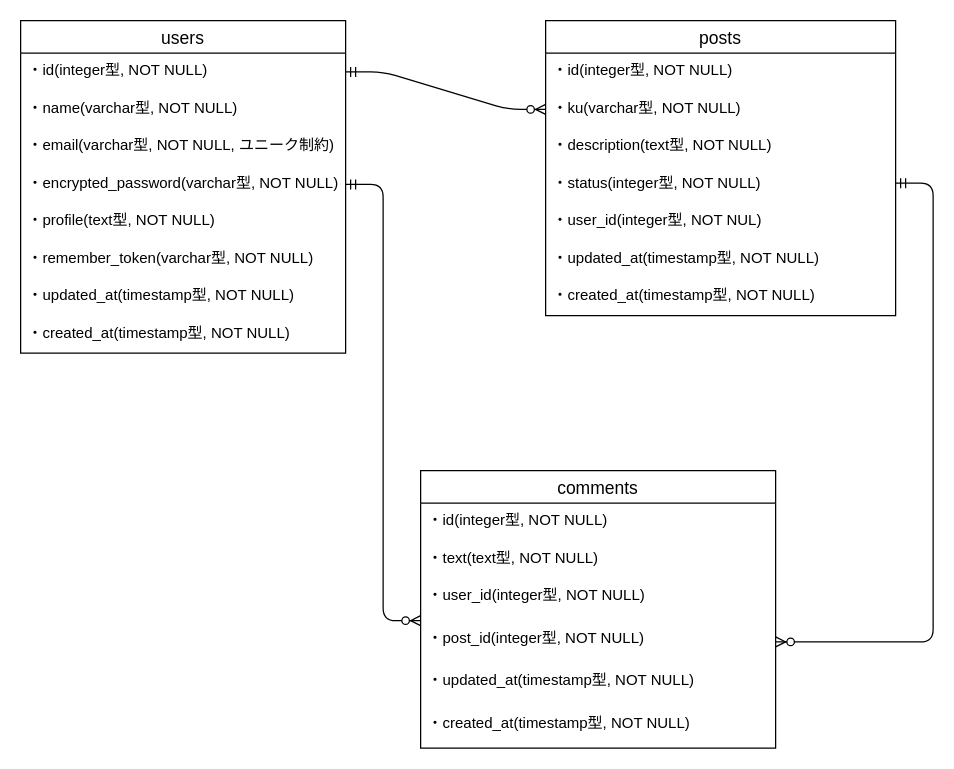
hiddy0329/haiker575 keeps this draw.io diagram as haiker575.dio. Above is the earlier version. Source tidied: cells renumbered, new cells numbered last; positions are measured from the earlier drawing's top-left corner, leaving out a move shared by most shapes. Both pictures are drawn from the tidied source at 125%, with x=0, y=0 at pixel (20, 20).
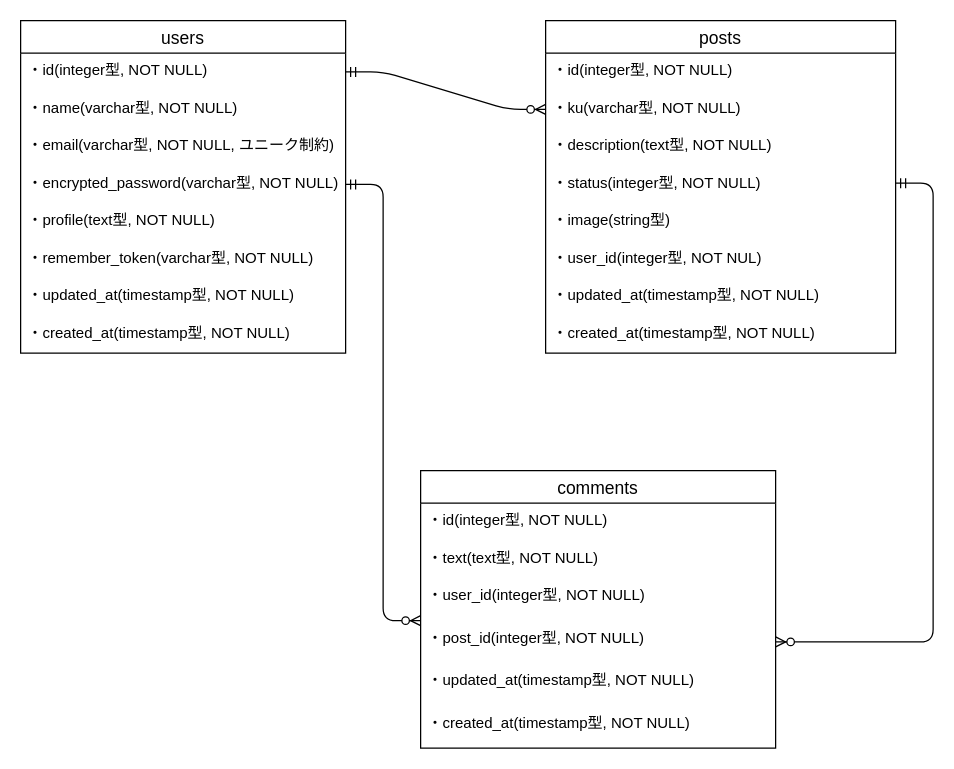
Above is the later version.

Diff of the diagram source:
```diff
@@
     <mxCell id="11" value="posts" style="swimlane;fontStyle=0;horizontal=1;startSize=26;align=center;fontSize=14;" parent="1" vertex="1">
-      <mxGeometry x="420" width="280" height="236" as="geometry" />
+      <mxGeometry x="420" width="280" height="266" as="geometry" />
     </mxCell>
@@
+    <mxCell id="29" value="・image(string型)" style="text;strokeColor=none;fillColor=none;spacingLeft=4;spacingRight=4;overflow=hidden;fontSize=12;" parent="11" vertex="1">
+      <mxGeometry y="146" width="280" height="30" as="geometry" />
+    </mxCell>
     <mxCell id="16" value="・user_id(integer型, NOT NUL)" style="text;strokeColor=none;fillColor=none;spacingLeft=4;spacingRight=4;overflow=hidden;fontSize=12;" parent="11" vertex="1">
-      <mxGeometry y="146" width="280" height="30" as="geometry" />
+      <mxGeometry y="176" width="280" height="30" as="geometry" />
     </mxCell>
     <mxCell id="17" value="・updated_at(timestamp型, NOT NULL)" style="text;strokeColor=none;fillColor=none;spacingLeft=4;spacingRight=4;overflow=hidden;fontSize=12;" parent="11" vertex="1">
-      <mxGeometry y="176" width="280" height="30" as="geometry" />
+      <mxGeometry y="206" width="280" height="30" as="geometry" />
     </mxCell>
     <mxCell id="18" value="・created_at(timestamp型, NOT NULL)" style="text;strokeColor=none;fillColor=none;spacingLeft=4;spacingRight=4;overflow=hidden;fontSize=12;" parent="11" vertex="1">
-      <mxGeometry y="206" width="280" height="30" as="geometry" />
+      <mxGeometry y="236" width="280" height="30" as="geometry" />
     </mxCell>
```
